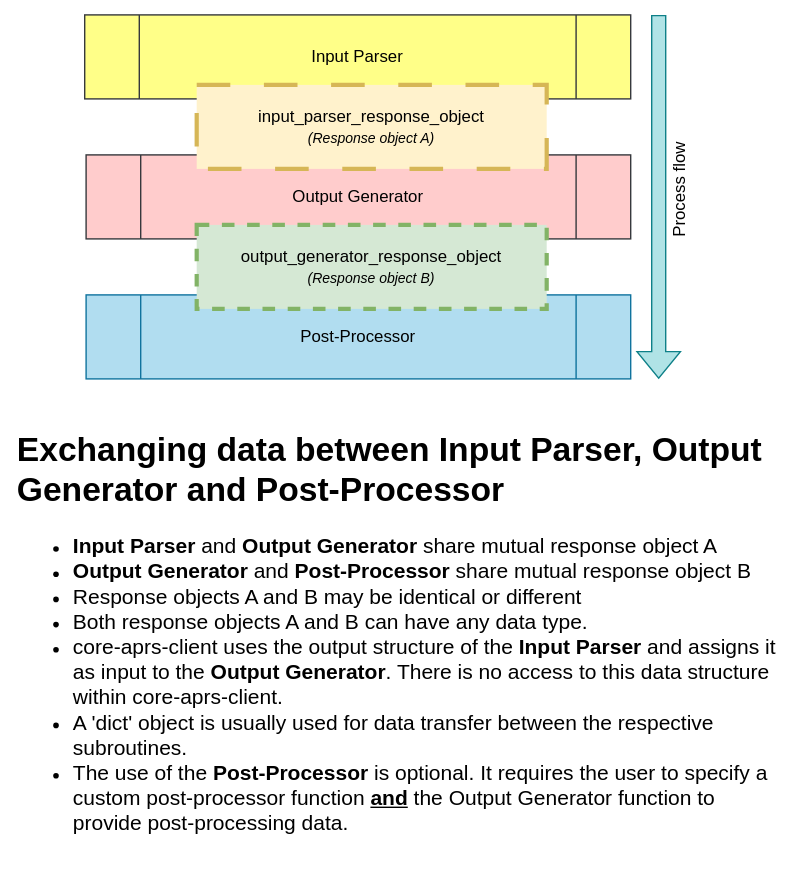
Before: img/data_exchange.svg, a diagram exported from draw.io (joergschultzelutter/core-aprs-client). Source tidied: cells renumbered, new cells last; positions are measured from the earlier drawing's top-left corner, leaving out a move shared by most shapes. Source of this version:
```xml
<mxGraphModel>
  <root>
    <mxCell id="0" />
    <mxCell id="1" parent="0" />
    <mxCell id="2" value="Post-Processor" style="shape=process;whiteSpace=wrap;html=1;backgroundOutline=1;fillColor=#b1ddf0;strokeColor=#10739e;fontColor=#000000;" parent="1" vertex="1">
      <mxGeometry x="51" y="200" width="389" height="60" as="geometry" />
    </mxCell>
    <mxCell id="3" value="Input Parser" style="shape=process;whiteSpace=wrap;html=1;backgroundOutline=1;fillColor=#ffff88;strokeColor=#36393d;fontColor=#000000;" parent="1" vertex="1">
      <mxGeometry x="50" width="390" height="60" as="geometry" />
    </mxCell>
    <mxCell id="4" value="Output Generator" style="shape=process;whiteSpace=wrap;html=1;backgroundOutline=1;fillColor=#ffcccc;strokeColor=#36393d;fontColor=#000000;" parent="1" vertex="1">
      <mxGeometry x="51" y="100" width="389" height="60" as="geometry" />
    </mxCell>
    <mxCell id="5" value="input_parser_response_object&lt;div&gt;&lt;i&gt;&lt;font style=&quot;font-size: 10px;&quot;&gt;(Response object A)&lt;/font&gt;&lt;/i&gt;&lt;/div&gt;" style="rounded=0;whiteSpace=wrap;html=1;dashed=1;dashPattern=8 8;fillColor=#fff2cc;strokeColor=#d6b656;strokeWidth=3;fontColor=#000000;" parent="1" vertex="1">
      <mxGeometry x="130" y="50" width="250" height="60" as="geometry" />
    </mxCell>
    <mxCell id="6" value="output_generator_response_object&lt;div&gt;&lt;i&gt;&lt;font style=&quot;font-size: 10px;&quot;&gt;(Response object B)&lt;/font&gt;&lt;/i&gt;&lt;/div&gt;" style="rounded=0;whiteSpace=wrap;html=1;dashed=1;fillColor=#d5e8d4;strokeColor=#82b366;strokeWidth=3;fontColor=#000000;" parent="1" vertex="1">
      <mxGeometry x="130" y="150" width="250" height="60" as="geometry" />
    </mxCell>
    <mxCell id="7" value="&lt;h1 style=&quot;margin-top: 0px;&quot;&gt;Exchanging data between &lt;font face=&quot;Helvetica&quot;&gt;Input Parser, Output Generator and Post-Processor&lt;/font&gt;&lt;/h1&gt;&lt;p&gt;&lt;/p&gt;&lt;ul&gt;&lt;li&gt;&lt;font style=&quot;font-size: 15px;&quot;&gt;&lt;b style=&quot;&quot;&gt;Input Parser&lt;/b&gt; and &lt;b&gt;Output Generator&lt;/b&gt; share mutual response object A&lt;/font&gt;&lt;/li&gt;&lt;li&gt;&lt;font style=&quot;font-size: 15px;&quot;&gt;&lt;b&gt;Output Generator&lt;/b&gt; and &lt;b&gt;Post-Processor&lt;/b&gt; share mutual response object B&lt;/font&gt;&lt;/li&gt;&lt;li&gt;&lt;font style=&quot;font-size: 15px;&quot;&gt;Response objects A and B may be identical or different&lt;/font&gt;&lt;/li&gt;&lt;li&gt;&lt;font style=&quot;font-size: 15px;&quot;&gt;Both response objects A and B can have any data type.&amp;nbsp;&lt;/font&gt;&lt;/li&gt;&lt;li&gt;&lt;font style=&quot;&quot;&gt;&lt;span style=&quot;font-size: 15px;&quot;&gt;core-aprs-client uses the output structure of the &lt;b&gt;Input Parser&lt;/b&gt; and assigns it as input to the &lt;b&gt;Output Generator&lt;/b&gt;. There is no access to this data structure within core-aprs-client.&lt;/span&gt;&lt;/font&gt;&lt;/li&gt;&lt;li&gt;&lt;font style=&quot;font-size: 15px;&quot;&gt;A 'dict' object is usually used for data transfer between the respective subroutines.&lt;/font&gt;&lt;/li&gt;&lt;li&gt;&lt;font style=&quot;font-size: 15px;&quot;&gt;The use of the &lt;b&gt;Post-Processor&lt;/b&gt; is optional. It requires the user to specify a custom post-processor function &lt;b style=&quot;text-decoration-line: underline;&quot;&gt;and&lt;/b&gt; the Output Generator function to provide post-processing data.&lt;/font&gt;&lt;/li&gt;&lt;/ul&gt;&lt;p&gt;&lt;/p&gt;" style="text;html=1;whiteSpace=wrap;overflow=hidden;rounded=0;" parent="1" vertex="1">
      <mxGeometry y="290" width="550" height="310" as="geometry" />
    </mxCell>
    <mxCell id="8" style="shape=flexArrow;endArrow=classic;html=1;rounded=0;fillColor=#b0e3e6;strokeColor=#0e8088;" parent="1" edge="1">
      <mxGeometry relative="1" as="geometry">
        <mxPoint x="460" as="sourcePoint" />
        <mxPoint x="460" y="260" as="targetPoint" />
      </mxGeometry>
    </mxCell>
    <mxCell id="9" value="Process flow" style="text;html=1;whiteSpace=wrap;strokeColor=none;fillColor=none;align=center;verticalAlign=middle;rounded=0;rotation=-90;" parent="1" vertex="1">
      <mxGeometry x="390" y="110" width="170" height="30" as="geometry" />
    </mxCell>
  </root>
</mxGraphModel>
```
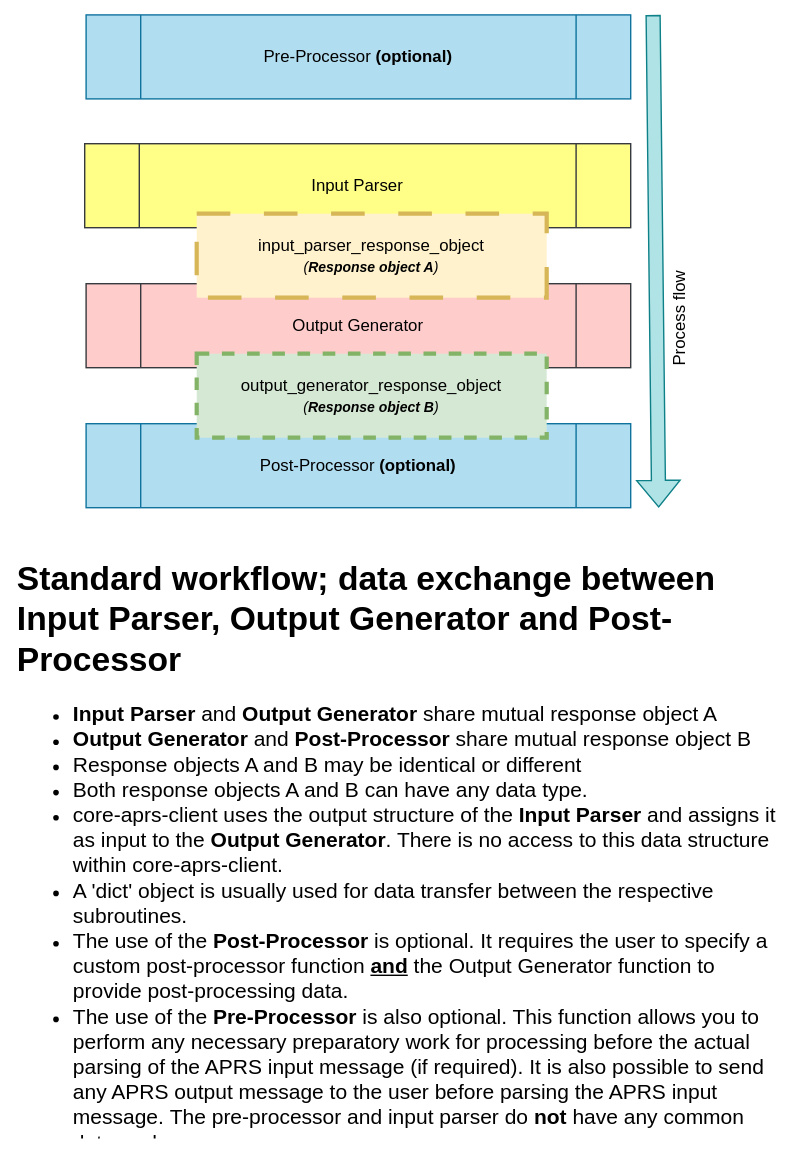
The same file after the commit.

Diff of the diagram source:
```diff
@@ -2,32 +2,35 @@
   <root>
     <mxCell id="0" />
     <mxCell id="1" parent="0" />
-    <mxCell id="2" value="Post-Processor" style="shape=process;whiteSpace=wrap;html=1;backgroundOutline=1;fillColor=#b1ddf0;strokeColor=#10739e;fontColor=#000000;" parent="1" vertex="1">
-      <mxGeometry x="51" y="200" width="389" height="60" as="geometry" />
-    </mxCell>
+    <mxCell id="10" value="Post-Processor &lt;b&gt;(optional)&lt;/b&gt;" style="shape=process;whiteSpace=wrap;html=1;backgroundOutline=1;fillColor=#b1ddf0;strokeColor=#10739e;fontColor=#000000;" parent="1" vertex="1">
+      <mxGeometry x="51" y="200" width="389" height="60" as="geometry" />
+    </mxCell>
     <mxCell id="3" value="Input Parser" style="shape=process;whiteSpace=wrap;html=1;backgroundOutline=1;fillColor=#ffff88;strokeColor=#36393d;fontColor=#000000;" parent="1" vertex="1">
       <mxGeometry x="50" width="390" height="60" as="geometry" />
     </mxCell>
     <mxCell id="4" value="Output Generator" style="shape=process;whiteSpace=wrap;html=1;backgroundOutline=1;fillColor=#ffcccc;strokeColor=#36393d;fontColor=#000000;" parent="1" vertex="1">
       <mxGeometry x="51" y="100" width="389" height="60" as="geometry" />
     </mxCell>
-    <mxCell id="5" value="input_parser_response_object&lt;div&gt;&lt;i&gt;&lt;font style=&quot;font-size: 10px;&quot;&gt;(Response object A)&lt;/font&gt;&lt;/i&gt;&lt;/div&gt;" style="rounded=0;whiteSpace=wrap;html=1;dashed=1;dashPattern=8 8;fillColor=#fff2cc;strokeColor=#d6b656;strokeWidth=3;fontColor=#000000;" parent="1" vertex="1">
-      <mxGeometry x="130" y="50" width="250" height="60" as="geometry" />
-    </mxCell>
-    <mxCell id="6" value="output_generator_response_object&lt;div&gt;&lt;i&gt;&lt;font style=&quot;font-size: 10px;&quot;&gt;(Response object B)&lt;/font&gt;&lt;/i&gt;&lt;/div&gt;" style="rounded=0;whiteSpace=wrap;html=1;dashed=1;fillColor=#d5e8d4;strokeColor=#82b366;strokeWidth=3;fontColor=#000000;" parent="1" vertex="1">
-      <mxGeometry x="130" y="150" width="250" height="60" as="geometry" />
-    </mxCell>
-    <mxCell id="7" value="&lt;h1 style=&quot;margin-top: 0px;&quot;&gt;Exchanging data between &lt;font face=&quot;Helvetica&quot;&gt;Input Parser, Output Generator and Post-Processor&lt;/font&gt;&lt;/h1&gt;&lt;p&gt;&lt;/p&gt;&lt;ul&gt;&lt;li&gt;&lt;font style=&quot;font-size: 15px;&quot;&gt;&lt;b style=&quot;&quot;&gt;Input Parser&lt;/b&gt; and &lt;b&gt;Output Generator&lt;/b&gt; share mutual response object A&lt;/font&gt;&lt;/li&gt;&lt;li&gt;&lt;font style=&quot;font-size: 15px;&quot;&gt;&lt;b&gt;Output Generator&lt;/b&gt; and &lt;b&gt;Post-Processor&lt;/b&gt; share mutual response object B&lt;/font&gt;&lt;/li&gt;&lt;li&gt;&lt;font style=&quot;font-size: 15px;&quot;&gt;Response objects A and B may be identical or different&lt;/font&gt;&lt;/li&gt;&lt;li&gt;&lt;font style=&quot;font-size: 15px;&quot;&gt;Both response objects A and B can have any data type.&amp;nbsp;&lt;/font&gt;&lt;/li&gt;&lt;li&gt;&lt;font style=&quot;&quot;&gt;&lt;span style=&quot;font-size: 15px;&quot;&gt;core-aprs-client uses the output structure of the &lt;b&gt;Input Parser&lt;/b&gt; and assigns it as input to the &lt;b&gt;Output Generator&lt;/b&gt;. There is no access to this data structure within core-aprs-client.&lt;/span&gt;&lt;/font&gt;&lt;/li&gt;&lt;li&gt;&lt;font style=&quot;font-size: 15px;&quot;&gt;A 'dict' object is usually used for data transfer between the respective subroutines.&lt;/font&gt;&lt;/li&gt;&lt;li&gt;&lt;font style=&quot;font-size: 15px;&quot;&gt;The use of the &lt;b&gt;Post-Processor&lt;/b&gt; is optional. It requires the user to specify a custom post-processor function &lt;b style=&quot;text-decoration-line: underline;&quot;&gt;and&lt;/b&gt; the Output Generator function to provide post-processing data.&lt;/font&gt;&lt;/li&gt;&lt;/ul&gt;&lt;p&gt;&lt;/p&gt;" style="text;html=1;whiteSpace=wrap;overflow=hidden;rounded=0;" parent="1" vertex="1">
-      <mxGeometry y="290" width="550" height="310" as="geometry" />
-    </mxCell>
-    <mxCell id="8" style="shape=flexArrow;endArrow=classic;html=1;rounded=0;fillColor=#b0e3e6;strokeColor=#0e8088;" parent="1" edge="1">
-      <mxGeometry relative="1" as="geometry">
-        <mxPoint x="460" as="sourcePoint" />
-        <mxPoint x="460" y="260" as="targetPoint" />
-      </mxGeometry>
-    </mxCell>
+    <mxCell id="11" value="input_parser_response_object&lt;div&gt;&lt;i&gt;&lt;font style=&quot;font-size: 10px;&quot;&gt;(&lt;b&gt;Response object A&lt;/b&gt;)&lt;/font&gt;&lt;/i&gt;&lt;/div&gt;" style="rounded=0;whiteSpace=wrap;html=1;dashed=1;dashPattern=8 8;fillColor=#fff2cc;strokeColor=#d6b656;strokeWidth=3;fontColor=#000000;" parent="1" vertex="1">
+      <mxGeometry x="130" y="50" width="250" height="60" as="geometry" />
+    </mxCell>
+    <mxCell id="12" value="output_generator_response_object&lt;div&gt;&lt;i&gt;&lt;font style=&quot;font-size: 10px;&quot;&gt;(&lt;b&gt;Response object B&lt;/b&gt;)&lt;/font&gt;&lt;/i&gt;&lt;/div&gt;" style="rounded=0;whiteSpace=wrap;html=1;dashed=1;fillColor=#d5e8d4;strokeColor=#82b366;strokeWidth=3;fontColor=#000000;" parent="1" vertex="1">
+      <mxGeometry x="130" y="150" width="250" height="60" as="geometry" />
+    </mxCell>
+    <mxCell id="13" value="&lt;h1 style=&quot;margin-top: 0px;&quot;&gt;Standard workflow; data exchange between &lt;font face=&quot;Helvetica&quot;&gt;Input Parser, Output Generator and Post-Processor&lt;/font&gt;&lt;/h1&gt;&lt;p&gt;&lt;/p&gt;&lt;ul&gt;&lt;li&gt;&lt;font style=&quot;font-size: 15px;&quot;&gt;&lt;b style=&quot;&quot;&gt;Input Parser&lt;/b&gt; and &lt;b&gt;Output Generator&lt;/b&gt; share mutual response object A&lt;/font&gt;&lt;/li&gt;&lt;li&gt;&lt;font style=&quot;font-size: 15px;&quot;&gt;&lt;b&gt;Output Generator&lt;/b&gt; and &lt;b&gt;Post-Processor&lt;/b&gt; share mutual response object B&lt;/font&gt;&lt;/li&gt;&lt;li&gt;&lt;font style=&quot;font-size: 15px;&quot;&gt;Response objects A and B may be identical or different&lt;/font&gt;&lt;/li&gt;&lt;li&gt;&lt;font style=&quot;font-size: 15px;&quot;&gt;Both response objects A and B can have any data type.&amp;nbsp;&lt;/font&gt;&lt;/li&gt;&lt;li&gt;&lt;font style=&quot;&quot;&gt;&lt;span style=&quot;font-size: 15px;&quot;&gt;core-aprs-client uses the output structure of the &lt;b&gt;Input Parser&lt;/b&gt; and assigns it as input to the &lt;b&gt;Output Generator&lt;/b&gt;. There is no access to this data structure within core-aprs-client.&lt;/span&gt;&lt;/font&gt;&lt;/li&gt;&lt;li&gt;&lt;font style=&quot;font-size: 15px;&quot;&gt;A 'dict' object is usually used for data transfer between the respective subroutines.&lt;/font&gt;&lt;/li&gt;&lt;li&gt;&lt;font style=&quot;font-size: 15px;&quot;&gt;The use of the &lt;b&gt;Post-Processor&lt;/b&gt; is optional. It requires the user to specify a custom post-processor function &lt;b style=&quot;text-decoration-line: underline;&quot;&gt;and&lt;/b&gt; the Output Generator function to provide post-processing data.&lt;/font&gt;&lt;/li&gt;&lt;li&gt;&lt;font style=&quot;font-size: 15px;&quot;&gt;The use of the &lt;b&gt;Pre-Processor&lt;/b&gt; is also optional. This function allows you to perform any necessary preparatory work for processing before the actual parsing of the APRS input message (if required). It is also possible to send any APRS output message to the user before parsing the APRS input message.&amp;nbsp;The pre-processor and input parser do &lt;b&gt;not &lt;/b&gt;have any common data exchange areas.&lt;/font&gt;&lt;/li&gt;&lt;/ul&gt;&lt;p&gt;&lt;/p&gt;" style="text;html=1;whiteSpace=wrap;overflow=hidden;rounded=0;" parent="1" vertex="1">
+      <mxGeometry y="290" width="550" height="418" as="geometry" />
+    </mxCell>
+    <mxCell id="14" style="shape=flexArrow;endArrow=classic;html=1;rounded=0;fillColor=#b0e3e6;strokeColor=#0e8088;" parent="1" edge="1">
+      <mxGeometry relative="1" as="geometry">
+        <mxPoint x="456" y="-92" as="sourcePoint" />
+        <mxPoint x="460" y="260" as="targetPoint" />
+      </mxGeometry>
+    </mxCell>
     <mxCell id="9" value="Process flow" style="text;html=1;whiteSpace=wrap;strokeColor=none;fillColor=none;align=center;verticalAlign=middle;rounded=0;rotation=-90;" parent="1" vertex="1">
       <mxGeometry x="390" y="110" width="170" height="30" as="geometry" />
     </mxCell>
+    <mxCell id="15" value="Pre-Processor &lt;b&gt;(optional)&lt;/b&gt;" style="shape=process;whiteSpace=wrap;html=1;backgroundOutline=1;fillColor=#b1ddf0;strokeColor=#10739e;fontColor=#000000;" parent="1" vertex="1">
+      <mxGeometry x="51" y="-92" width="389" height="60" as="geometry" />
+    </mxCell>
   </root>
 </mxGraphModel>
```
